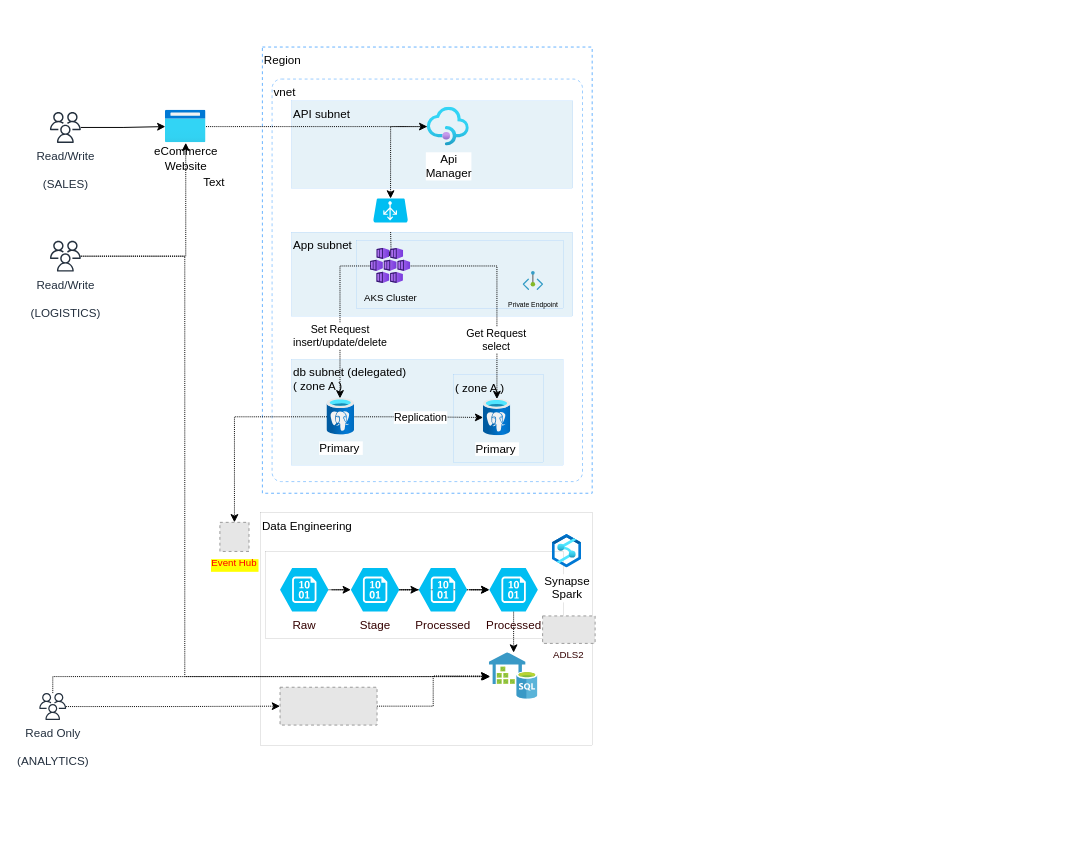
This is section_3_system_design/design_1/design_1.drawio from Santhosh-Janakiraman/sg-gvt-detc, a draw.io file, before an edit. Source tidied: cells renumbered, new cells numbered last; positions are measured from the earlier drawing's top-left corner, leaving out a move shared by most shapes. Both pictures are drawn from the tidied source at 97%, with x=0, y=0 at pixel (39, 47). Pictures stored in the file or linked from it are replaced by grey dashed boxes.
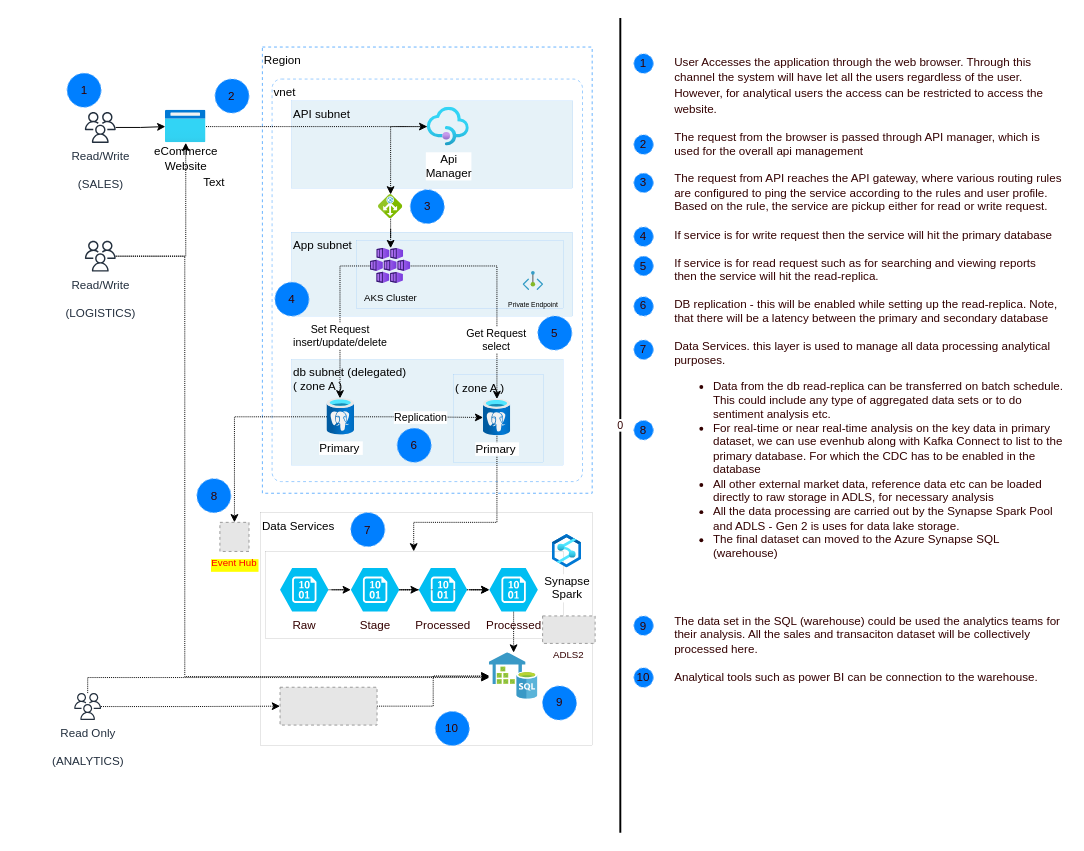
After the change.

The change refers to these unchanged cells:
```xml
<mxCell id="9" style="rounded=1;whiteSpace=wrap;html=1;shadow=0;sketch=0;align=left;verticalAlign=top;arcSize=0;strokeWidth=0;" parent="1" vertex="1">
  <mxGeometry x="233" y="520" width="307" height="90" as="geometry" />
</mxCell>
<mxCell id="17" value="Api &lt;br&gt;Manager" style="html=1;points=[];align=center;image;fontSize=12;image=img/lib/azure2/app_services/API_Management_Services.svg;" parent="1" vertex="1">
  <mxGeometry x="400" y="62" width="43.3" height="40" as="geometry" />
</mxCell>
<mxCell id="20" value="&lt;font style=&quot;font-size: 10px;&quot;&gt;AKS Cluster&lt;/font&gt;" style="html=1;points=[];align=center;image;fontSize=12;image=img/lib/azure2/containers/Kubernetes_Services.svg;dashed=1;strokeColor=#999999;fillColor=none;gradientColor=none;labelBackgroundColor=none;" parent="1" vertex="1">
  <mxGeometry x="341.5" y="207.4" width="41.4" height="36.5" as="geometry" />
</mxCell>
<mxCell id="25" value="Primary&amp;nbsp;&lt;br&gt;" style="html=1;points=[];align=center;image;fontSize=12;image=img/lib/azure2/databases/Azure_Database_PostgreSQL_Server.svg;" parent="1" vertex="1">
  <mxGeometry x="457.6" y="362.9" width="28.4" height="37.9" as="geometry" />
</mxCell>
<mxCell id="49" style="sketch=0;html=1;points=[];align=center;image;fontSize=12;image=img/lib/mscae/SQL_DataWarehouse.svg;dashed=1;labelBackgroundColor=none;strokeColor=#66B2FF;strokeWidth=1;fontColor=#330000;fillColor=#E6E6E6;" parent="1" vertex="1">
  <mxGeometry x="464" y="624.3" width="50" height="48" as="geometry" />
</mxCell>
<mxCell id="51" style="fillColor=#E6E6E6;strokeColor=#999999;dashed=1;verticalLabelPosition=bottom;labelBackgroundColor=default;verticalAlign=top;" parent="1" vertex="1">
  <mxGeometry x="248.2" y="660" width="100" height="39" as="geometry" />
</mxCell>
```

What changed in the source:
```diff
@@
-    <mxCell id="6" value="Data Engineering&amp;nbsp;" style="rounded=1;whiteSpace=wrap;html=1;shadow=0;sketch=0;align=left;verticalAlign=top;arcSize=0;strokeWidth=0;" parent="1" vertex="1">
+    <mxCell id="6" value="Data Services&amp;nbsp;" style="rounded=1;whiteSpace=wrap;html=1;shadow=0;sketch=0;align=left;verticalAlign=top;arcSize=0;strokeWidth=0;" parent="1" vertex="1">
       <mxGeometry x="228" y="480" width="342" height="240" as="geometry" />
     </mxCell>
@@
     <mxCell id="10" value="Read/Write&lt;br&gt;&lt;br&gt;(SALES)" style="sketch=0;outlineConnect=0;fontColor=#232F3E;gradientColor=none;fillColor=#232F3D;strokeColor=none;dashed=0;verticalLabelPosition=bottom;verticalAlign=top;align=center;html=1;fontSize=12;fontStyle=0;shape=mxgraph.aws4.users;" parent="1" vertex="1">
-      <mxGeometry x="11" y="67" width="31.8" height="31.8" as="geometry" />
+      <mxGeometry x="47" y="67" width="31.8" height="31.8" as="geometry" />
     </mxCell>
-    <mxCell id="11" style="edgeStyle=orthogonalEdgeStyle;rounded=0;sketch=0;jettySize=auto;html=1;dashed=1;dashPattern=1 1;strokeColor=default;startArrow=none;startFill=0;" parent="1" edge="1" target="20">
-      <mxGeometry relative="1" as="geometry">
-        <mxPoint x="362.2" y="190.8" as="sourcePoint" />
-      </mxGeometry>
-    </mxCell>
-    <mxCell id="12" style="verticalLabelPosition=bottom;html=1;verticalAlign=top;align=center;strokeColor=none;fillColor=#00BEF2;shape=mxgraph.azure.azure_load_balancer;" parent="1" vertex="1">
-      <mxGeometry x="344.3" y="156.2" width="35.7" height="24.7" as="geometry" />
-    </mxCell>
@@
-    <mxCell id="16" style="edgeStyle=orthogonalEdgeStyle;rounded=0;sketch=0;jettySize=auto;html=1;dashed=1;dashPattern=1 1;strokeColor=default;startArrow=none;startFill=0;entryX=0.5;entryY=0;entryDx=0;entryDy=0;entryPerimeter=0;" parent="1" edge="1" source="17" target="12">
-      <mxGeometry relative="1" as="geometry" />
-    </mxCell>
+    <mxCell id="52" style="edgeStyle=orthogonalEdgeStyle;rounded=0;sketch=0;jettySize=auto;html=1;dashed=1;dashPattern=1 1;strokeColor=default;fontColor=#330000;startArrow=none;startFill=0;" parent="1" edge="1" source="17" target="55">
+      <mxGeometry relative="1" as="geometry" />
+    </mxCell>
@@
+    <mxCell id="53" style="edgeStyle=orthogonalEdgeStyle;rounded=0;sketch=0;jettySize=auto;html=1;dashed=1;dashPattern=1 1;strokeColor=default;strokeWidth=1;fontColor=#330000;startArrow=none;startFill=0;" parent="1" edge="1" source="25" target="9">
+      <mxGeometry relative="1" as="geometry">
+        <Array as="points">
+          <mxPoint x="472" y="490" />
+          <mxPoint x="386" y="490" />
+        </Array>
+      </mxGeometry>
+    </mxCell>
@@
     <mxCell id="34" value="Read/Write&lt;br&gt;&lt;br&gt;(LOGISTICS)" style="sketch=0;outlineConnect=0;fontColor=#232F3E;gradientColor=none;fillColor=#232F3D;strokeColor=none;dashed=0;verticalLabelPosition=bottom;verticalAlign=top;align=center;html=1;fontSize=12;fontStyle=0;shape=mxgraph.aws4.users;" parent="1" vertex="1">
-      <mxGeometry x="11" y="199.7" width="31.8" height="31.8" as="geometry" />
+      <mxGeometry x="47" y="199.7" width="31.8" height="31.8" as="geometry" />
     </mxCell>
+    <mxCell id="36" style="edgeStyle=orthogonalEdgeStyle;rounded=0;sketch=0;jettySize=auto;html=1;entryX=0;entryY=0.5;entryDx=0;entryDy=0;dashed=1;dashPattern=1 1;strokeColor=default;fontColor=#330000;startArrow=none;startFill=0;" parent="1" edge="1" source="37" target="51">
+      <mxGeometry relative="1" as="geometry" />
+    </mxCell>
-    <mxCell id="35" style="edgeStyle=orthogonalEdgeStyle;rounded=0;sketch=0;jettySize=auto;html=1;entryX=0.02;entryY=0.515;entryDx=0;entryDy=0;entryPerimeter=0;dashed=1;dashPattern=1 1;strokeColor=default;fontColor=#330000;startArrow=none;startFill=0;" parent="1" edge="1" source="37" target="49">
+    <mxCell id="35" style="edgeStyle=orthogonalEdgeStyle;rounded=0;sketch=0;jettySize=auto;html=1;strokeColor=default;strokeWidth=1;fontColor=#330000;startArrow=none;startFill=0;dashed=1;dashPattern=1 1;" parent="1" edge="1" source="37" target="49">
       <mxGeometry relative="1" as="geometry">
         <Array as="points">
-          <mxPoint x="14" y="649" />
+          <mxPoint x="50" y="650" />
         </Array>
       </mxGeometry>
     </mxCell>
-    <mxCell id="36" style="edgeStyle=orthogonalEdgeStyle;rounded=0;sketch=0;jettySize=auto;html=1;entryX=0;entryY=0.5;entryDx=0;entryDy=0;dashed=1;dashPattern=1 1;strokeColor=default;fontColor=#330000;startArrow=none;startFill=0;" parent="1" edge="1" source="37" target="51">
-      <mxGeometry relative="1" as="geometry" />
-    </mxCell>
     <mxCell id="37" value="Read Only&lt;br&gt;&lt;br&gt;(ANALYTICS)" style="sketch=0;outlineConnect=0;fontColor=#232F3E;gradientColor=none;fillColor=#232F3D;strokeColor=none;dashed=0;verticalLabelPosition=bottom;verticalAlign=top;align=center;html=1;fontSize=12;fontStyle=0;shape=mxgraph.aws4.users;" parent="1" vertex="1">
-      <mxGeometry y="666" width="27.7" height="27.7" as="geometry" />
+      <mxGeometry x="36" y="666" width="27.7" height="27.7" as="geometry" />
     </mxCell>
@@
+    <mxCell id="54" style="edgeStyle=orthogonalEdgeStyle;rounded=0;sketch=0;jettySize=auto;html=1;dashed=1;dashPattern=1 1;strokeColor=default;fontColor=#330000;startArrow=none;startFill=0;" parent="1" edge="1" source="55" target="20">
+      <mxGeometry relative="1" as="geometry" />
+    </mxCell>
+    <mxCell id="55" style="sketch=0;html=1;points=[];align=center;image;fontSize=12;image=img/lib/mscae/Application_Gateway.svg;dashed=1;labelBackgroundColor=none;strokeColor=#66B2FF;strokeWidth=1;fontColor=#330000;fillColor=#E6E6E6;" parent="1" vertex="1">
+      <mxGeometry x="349.7" y="152" width="25" height="25" as="geometry" />
+    </mxCell>
+    <mxCell id="56" value="1" style="ellipse;whiteSpace=wrap;html=1;dashed=1;labelBackgroundColor=none;strokeColor=#66B2FF;strokeWidth=1;fontColor=#330000;fillColor=#007FFF;fillStyle=solid;" parent="1" vertex="1">
+      <mxGeometry x="28.7" y="27" width="35" height="35" as="geometry" />
+    </mxCell>
+    <mxCell id="57" value="2" style="ellipse;whiteSpace=wrap;html=1;dashed=1;labelBackgroundColor=none;strokeColor=#66B2FF;strokeWidth=1;fontColor=#330000;fillColor=#007FFF;fillStyle=solid;" parent="1" vertex="1">
+      <mxGeometry x="181.2" y="33" width="35" height="35" as="geometry" />
+    </mxCell>
+    <mxCell id="58" value="3" style="ellipse;whiteSpace=wrap;html=1;dashed=1;labelBackgroundColor=none;strokeColor=#66B2FF;strokeWidth=1;fontColor=#330000;fillColor=#007FFF;fillStyle=solid;" parent="1" vertex="1">
+      <mxGeometry x="382.5" y="147" width="35" height="35" as="geometry" />
+    </mxCell>
+    <mxCell id="59" value="4" style="ellipse;whiteSpace=wrap;html=1;dashed=1;labelBackgroundColor=none;strokeColor=#66B2FF;strokeWidth=1;fontColor=#330000;fillColor=#007FFF;fillStyle=solid;" parent="1" vertex="1">
+      <mxGeometry x="243" y="242.4" width="35" height="35" as="geometry" />
+    </mxCell>
+    <mxCell id="60" value="5" style="ellipse;whiteSpace=wrap;html=1;dashed=1;labelBackgroundColor=none;strokeColor=#66B2FF;strokeWidth=1;fontColor=#330000;fillColor=#007FFF;fillStyle=solid;" parent="1" vertex="1">
+      <mxGeometry x="514" y="277.4" width="35" height="35" as="geometry" />
+    </mxCell>
+    <mxCell id="61" value="&lt;h1 style=&quot;line-height: 50%;&quot;&gt;&lt;span style=&quot;background-color: initial; font-size: 12px; font-weight: normal;&quot;&gt;User Accesses the application through the web browser. Through this channel the system will have let all the users regardless of the user. However, for analytical users the access can be restricted to access the website.&lt;/span&gt;&lt;/h1&gt;&lt;div&gt;The request from the browser is passed through API manager, which is used for the overall api management&lt;/div&gt;&lt;div&gt;&lt;br&gt;&lt;/div&gt;&lt;div&gt;The request from API reaches the API gateway, where various routing rules are configured to ping the service according to the rules and user profile. Based on the rule, the service are pickup either for read or write request.&lt;/div&gt;&lt;div&gt;&lt;br&gt;&lt;/div&gt;&lt;div&gt;If service is for write request then the service will hit the primary database&lt;/div&gt;&lt;div&gt;&lt;br&gt;&lt;/div&gt;&lt;div&gt;If&amp;nbsp;service is for read request such as for searching and viewing reports&amp;nbsp; then the service will hit the read-replica.&amp;nbsp;&lt;/div&gt;&lt;div&gt;&lt;br&gt;&lt;/div&gt;&lt;div&gt;DB replication - this will be enabled while setting up the read-replica. Note, that there will be a latency between the primary and secondary database&lt;/div&gt;&lt;div&gt;&lt;br&gt;&lt;/div&gt;&lt;div&gt;Data Services. this layer is used to manage all data processing analytical purposes.&amp;nbsp;&lt;/div&gt;&lt;div&gt;&lt;ul&gt;&lt;li&gt;Data from the db read-replica can be transferred on batch schedule. This could include any type of aggregated data sets or to do sentiment analysis etc.&lt;/li&gt;&lt;li&gt;For real-time or near real-time analysis on the key data in primary dataset, we can use evenhub along with Kafka Connect to list to the primary database. For which the CDC has to be enabled in the database&lt;/li&gt;&lt;li&gt;All other external market data, reference data etc can be loaded directly to raw storage in ADLS, for necessary analysis&lt;/li&gt;&lt;li&gt;All the data processing are carried out by the Synapse Spark Pool and ADLS - Gen 2 is uses for data lake storage.&amp;nbsp;&lt;/li&gt;&lt;li&gt;The final dataset can moved to the Azure Synapse SQL&amp;nbsp; (warehouse)&lt;/li&gt;&lt;/ul&gt;&lt;div&gt;&lt;br&gt;&lt;/div&gt;&lt;div&gt;&lt;span style=&quot;background-color: initial;&quot;&gt;&lt;br&gt;&lt;/span&gt;&lt;/div&gt;&lt;div&gt;&lt;span style=&quot;background-color: initial;&quot;&gt;&lt;br&gt;&lt;/span&gt;&lt;/div&gt;&lt;div&gt;&lt;span style=&quot;background-color: initial;&quot;&gt;The data set in the SQL (warehouse) could be used the analytics teams for their analysis. All the sales and transaciton dataset will be collectively processed here.&amp;nbsp;&lt;/span&gt;&lt;br&gt;&lt;/div&gt;&lt;/div&gt;&lt;div&gt;&lt;span style=&quot;background-color: initial;&quot;&gt;&lt;br&gt;&lt;/span&gt;&lt;/div&gt;&lt;div&gt;&lt;span style=&quot;background-color: initial;&quot;&gt;Analytical tools such as power BI can be connection to the warehouse.&amp;nbsp;&lt;/span&gt;&lt;/div&gt;" style="text;html=1;strokeColor=none;fillColor=none;spacing=5;spacingTop=-20;whiteSpace=wrap;overflow=hidden;rounded=0;fontColor=#330000;" parent="1" vertex="1">
+      <mxGeometry x="650" width="410" height="703.8" as="geometry" />
+    </mxCell>
+    <mxCell id="62" value="1" style="ellipse;whiteSpace=wrap;html=1;dashed=1;labelBackgroundColor=none;strokeColor=#66B2FF;strokeWidth=1;fontColor=#330000;fillColor=#007FFF;fillStyle=solid;" parent="1" vertex="1">
+      <mxGeometry x="613" y="7" width="20" height="20" as="geometry" />
+    </mxCell>
+    <mxCell id="63" value="0" style="endArrow=none;html=1;rounded=0;sketch=0;strokeColor=default;fontColor=#330000;strokeWidth=2;" parent="1" edge="1">
+      <mxGeometry relative="1" as="geometry">
+        <mxPoint x="599" y="810" as="sourcePoint" />
+        <mxPoint x="599" y="-30" as="targetPoint" />
+      </mxGeometry>
+    </mxCell>
+    <mxCell id="64" value="6" style="ellipse;whiteSpace=wrap;html=1;dashed=1;labelBackgroundColor=none;strokeColor=#66B2FF;strokeWidth=1;fontColor=#330000;fillColor=#007FFF;fillStyle=solid;" parent="1" vertex="1">
+      <mxGeometry x="369" y="393" width="35" height="35" as="geometry" />
+    </mxCell>
+    <mxCell id="65" value="7" style="ellipse;whiteSpace=wrap;html=1;dashed=1;labelBackgroundColor=none;strokeColor=#66B2FF;strokeWidth=1;fontColor=#330000;fillColor=#007FFF;fillStyle=solid;" parent="1" vertex="1">
+      <mxGeometry x="321.2" y="480" width="35" height="35" as="geometry" />
+    </mxCell>
+    <mxCell id="66" value="8" style="ellipse;whiteSpace=wrap;html=1;dashed=1;labelBackgroundColor=none;strokeColor=#66B2FF;strokeWidth=1;fontColor=#330000;fillColor=#007FFF;fillStyle=solid;" parent="1" vertex="1">
+      <mxGeometry x="162.5" y="445" width="35" height="35" as="geometry" />
+    </mxCell>
+    <mxCell id="67" value="9" style="ellipse;whiteSpace=wrap;html=1;dashed=1;labelBackgroundColor=none;strokeColor=#66B2FF;strokeWidth=1;fontColor=#330000;fillColor=#007FFF;fillStyle=solid;" parent="1" vertex="1">
+      <mxGeometry x="518.8" y="658.7" width="35" height="35" as="geometry" />
+    </mxCell>
+    <mxCell id="68" value="10" style="ellipse;whiteSpace=wrap;html=1;dashed=1;labelBackgroundColor=none;strokeColor=#66B2FF;strokeWidth=1;fontColor=#330000;fillColor=#007FFF;fillStyle=solid;" parent="1" vertex="1">
+      <mxGeometry x="408.3" y="685" width="35" height="35" as="geometry" />
+    </mxCell>
+    <mxCell id="69" value="2" style="ellipse;whiteSpace=wrap;html=1;dashed=1;labelBackgroundColor=none;strokeColor=#66B2FF;strokeWidth=1;fontColor=#330000;fillColor=#007FFF;fillStyle=solid;" parent="1" vertex="1">
+      <mxGeometry x="613" y="90.5" width="20" height="20" as="geometry" />
+    </mxCell>
+    <mxCell id="70" value="3" style="ellipse;whiteSpace=wrap;html=1;dashed=1;labelBackgroundColor=none;strokeColor=#66B2FF;strokeWidth=1;fontColor=#330000;fillColor=#007FFF;fillStyle=solid;" parent="1" vertex="1">
+      <mxGeometry x="613" y="130" width="20" height="20" as="geometry" />
+    </mxCell>
+    <mxCell id="71" value="4" style="ellipse;whiteSpace=wrap;html=1;dashed=1;labelBackgroundColor=none;strokeColor=#66B2FF;strokeWidth=1;fontColor=#330000;fillColor=#007FFF;fillStyle=solid;" parent="1" vertex="1">
+      <mxGeometry x="613" y="185.4" width="20" height="20" as="geometry" />
+    </mxCell>
+    <mxCell id="72" value="5" style="ellipse;whiteSpace=wrap;html=1;dashed=1;labelBackgroundColor=none;strokeColor=#66B2FF;strokeWidth=1;fontColor=#330000;fillColor=#007FFF;fillStyle=solid;" parent="1" vertex="1">
+      <mxGeometry x="613" y="215.7" width="20" height="20" as="geometry" />
+    </mxCell>
+    <mxCell id="73" value="6" style="ellipse;whiteSpace=wrap;html=1;dashed=1;labelBackgroundColor=none;strokeColor=#66B2FF;strokeWidth=1;fontColor=#330000;fillColor=#007FFF;fillStyle=solid;" parent="1" vertex="1">
+      <mxGeometry x="613" y="257.4" width="20" height="20" as="geometry" />
+    </mxCell>
+    <mxCell id="74" value="9" style="ellipse;whiteSpace=wrap;html=1;dashed=1;labelBackgroundColor=none;strokeColor=#66B2FF;strokeWidth=1;fontColor=#330000;fillColor=#007FFF;fillStyle=solid;" parent="1" vertex="1">
+      <mxGeometry x="613" y="586.5" width="20" height="20" as="geometry" />
+    </mxCell>
+    <mxCell id="75" value="7" style="ellipse;whiteSpace=wrap;html=1;dashed=1;labelBackgroundColor=none;strokeColor=#66B2FF;strokeWidth=1;fontColor=#330000;fillColor=#007FFF;fillStyle=solid;" parent="1" vertex="1">
+      <mxGeometry x="613" y="302" width="20" height="20" as="geometry" />
+    </mxCell>
+    <mxCell id="76" value="10" style="ellipse;whiteSpace=wrap;html=1;dashed=1;labelBackgroundColor=none;strokeColor=#66B2FF;strokeWidth=1;fontColor=#330000;fillColor=#007FFF;fillStyle=solid;" parent="1" vertex="1">
+      <mxGeometry x="613" y="640" width="20" height="20" as="geometry" />
+    </mxCell>
+    <mxCell id="77" value="8" style="ellipse;whiteSpace=wrap;html=1;dashed=1;labelBackgroundColor=none;strokeColor=#66B2FF;strokeWidth=1;fontColor=#330000;fillColor=#007FFF;fillStyle=solid;" parent="1" vertex="1">
+      <mxGeometry x="613" y="385" width="20" height="20" as="geometry" />
+    </mxCell>
```
